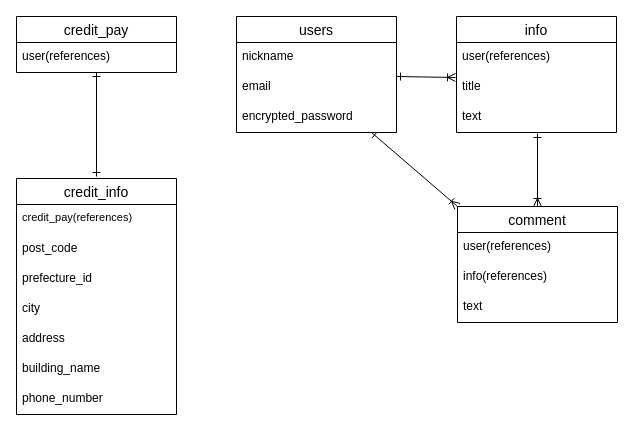
yahobaby/guruguru keeps this draw.io diagram as guruguru.dio. Above is the earlier version. Source tidied: cells renumbered, new cells numbered last; positions are measured from the earlier drawing's top-left corner, leaving out a move shared by most shapes. Both pictures are drawn from the tidied source at 100%, with x=0, y=0 at pixel (16, 16).
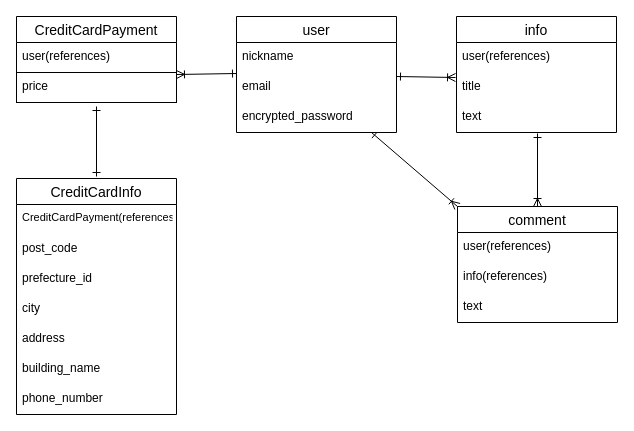
The same page after the edit.

Commit message (it also covers changes not shown here):
about Credit Card Payment Table

What changed in the source:
```diff
@@
-    <mxCell id="2" value="credit_pay" style="swimlane;fontStyle=0;horizontal=1;startSize=26;align=center;fontSize=14;" parent="1" vertex="1">
+    <mxCell id="2" value="CreditCardPayment" style="swimlane;fontStyle=0;horizontal=1;startSize=26;align=center;fontSize=14;" parent="1" vertex="1">
       <mxGeometry width="160" height="56" as="geometry" />
     </mxCell>
@@
-    <mxCell id="4" value="credit_info" style="swimlane;fontStyle=0;horizontal=1;startSize=26;align=center;fontSize=14;" parent="1" vertex="1">
+    <mxCell id="4" value="CreditCardInfo" style="swimlane;fontStyle=0;horizontal=1;startSize=26;align=center;fontSize=14;" parent="1" vertex="1">
       <mxGeometry y="162" width="160" height="236" as="geometry" />
     </mxCell>
-    <mxCell id="5" value="credit_pay(references)" style="text;strokeColor=none;fillColor=none;spacingLeft=4;spacingRight=4;overflow=hidden;fontSize=11;" parent="4" vertex="1">
+    <mxCell id="5" value="CreditCardPayment(references)" style="text;strokeColor=none;fillColor=none;spacingLeft=4;spacingRight=4;overflow=hidden;fontSize=11;" parent="4" vertex="1">
       <mxGeometry y="26" width="160" height="30" as="geometry" />
     </mxCell>
@@
-    <mxCell id="12" value="users" style="swimlane;fontStyle=0;horizontal=1;startSize=26;align=center;fontSize=14;" parent="1" vertex="1">
+    <mxCell id="12" value="user" style="swimlane;fontStyle=0;horizontal=1;startSize=26;align=center;fontSize=14;" parent="1" vertex="1">
       <mxGeometry x="220" width="160" height="116" as="geometry" />
     </mxCell>
@@
     <mxCell id="20" style="endArrow=ERone;startArrow=ERone;html=1;startFill=0;endFill=0;" parent="1" edge="1">
       <mxGeometry relative="1" as="geometry">
         <mxPoint x="80" y="160" as="sourcePoint" />
-        <mxPoint x="80" y="56" as="targetPoint" />
+        <mxPoint x="80" y="90" as="targetPoint" />
       </mxGeometry>
     </mxCell>
@@
+    <mxCell id="28" value="price" style="text;strokeColor=default;fillColor=none;spacingLeft=4;spacingRight=4;overflow=hidden;fontSize=12;" parent="1" vertex="1">
+      <mxGeometry y="56" width="160" height="30" as="geometry" />
+    </mxCell>
+    <mxCell id="29" style="endArrow=ERoneToMany;startArrow=ERone;html=1;startFill=0;endFill=0;" parent="1" edge="1">
+      <mxGeometry relative="1" as="geometry">
+        <mxPoint x="220" y="57" as="sourcePoint" />
+        <mxPoint x="160" y="58" as="targetPoint" />
+      </mxGeometry>
+    </mxCell>
```
